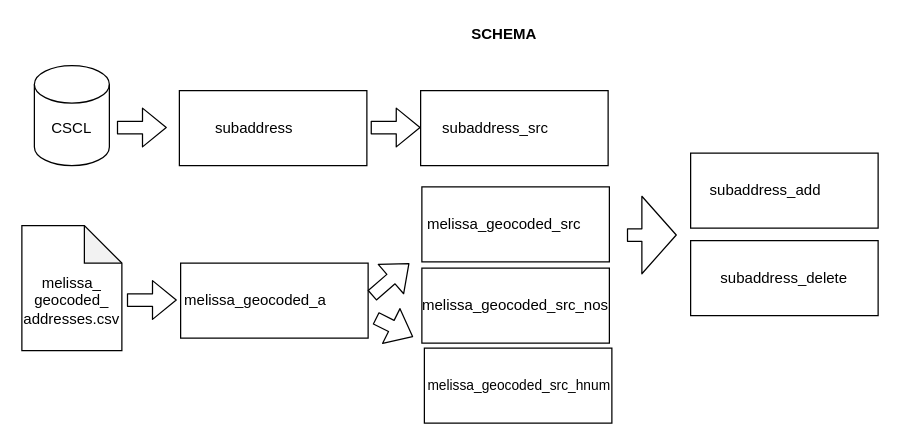
Above: doc/schema.drawio in mattyschell/cscl-subaddress-matched (draw.io), before the change. Source tidied: cells renumbered, new cells numbered last; positions are measured from the earlier drawing's top-left corner, leaving out a move shared by most shapes. Both pictures are drawn from the tidied source at 125%, with x=0, y=0 at pixel (21, 21).
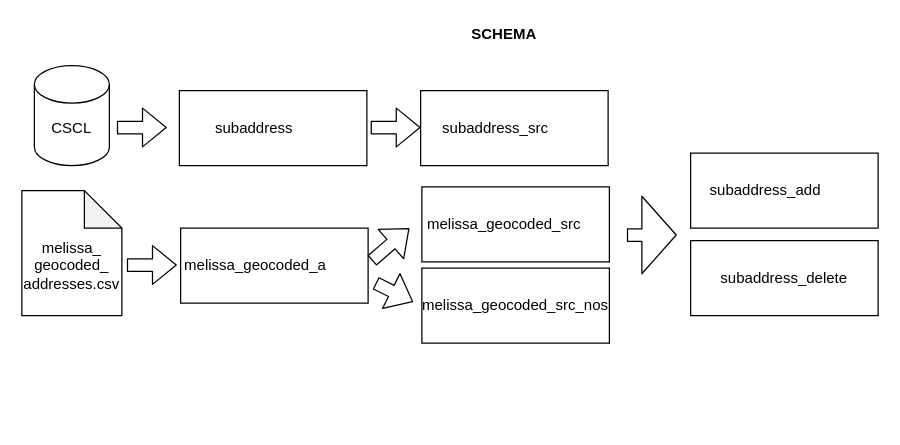
After the change.

Change to the diagram source:
```diff
@@
     <mxCell id="15" style="rounded=0;whiteSpace=wrap;html=1;" parent="1" vertex="1">
-      <mxGeometry x="127" y="193" width="150" height="60" as="geometry" />
+      <mxGeometry x="127" y="165" width="150" height="60" as="geometry" />
     </mxCell>
     <mxCell id="16" value="melissa_geocoded_a" style="text;html=1;strokeColor=none;fillColor=none;align=center;verticalAlign=middle;whiteSpace=wrap;rounded=0;" parent="1" vertex="1">
-      <mxGeometry x="167" y="213" width="40" height="20" as="geometry" />
+      <mxGeometry x="167" y="185" width="40" height="20" as="geometry" />
     </mxCell>
@@
     <mxCell id="19" style="shape=note;whiteSpace=wrap;html=1;backgroundOutline=1;darkOpacity=0.05;" parent="1" vertex="1">
-      <mxGeometry y="163" width="80" height="100" as="geometry" />
+      <mxGeometry y="135" width="80" height="100" as="geometry" />
     </mxCell>
     <mxCell id="20" value="melissa_&lt;br&gt;geocoded_&lt;br&gt;addresses.csv" style="text;html=1;strokeColor=none;fillColor=none;align=center;verticalAlign=middle;whiteSpace=wrap;rounded=0;" parent="1" vertex="1">
-      <mxGeometry x="20" y="213" width="40" height="20" as="geometry" />
+      <mxGeometry x="20" y="185" width="40" height="20" as="geometry" />
     </mxCell>
     <mxCell id="21" style="shape=flexArrow;endArrow=classic;html=1;" parent="1" edge="1">
       <mxGeometry relative="1" as="geometry">
-        <mxPoint x="280" y="219" as="sourcePoint" />
-        <mxPoint x="310" y="193" as="targetPoint" />
+        <mxPoint x="280" y="191" as="sourcePoint" />
+        <mxPoint x="310" y="165" as="targetPoint" />
       </mxGeometry>
     </mxCell>
@@
     <mxCell id="23" style="shape=flexArrow;endArrow=classic;html=1;" parent="1" edge="1">
       <mxGeometry relative="1" as="geometry">
-        <mxPoint x="84" y="222.5" as="sourcePoint" />
-        <mxPoint x="124" y="222.5" as="targetPoint" />
+        <mxPoint x="84" y="194.5" as="sourcePoint" />
+        <mxPoint x="124" y="194.5" as="targetPoint" />
       </mxGeometry>
     </mxCell>
@@
     <mxCell id="25" style="shape=flexArrow;endArrow=classic;html=1;" parent="1" edge="1">
       <mxGeometry relative="1" as="geometry">
-        <mxPoint x="283" y="237" as="sourcePoint" />
-        <mxPoint x="313" y="252" as="targetPoint" />
+        <mxPoint x="283" y="209" as="sourcePoint" />
+        <mxPoint x="313" y="224" as="targetPoint" />
       </mxGeometry>
     </mxCell>
@@
-    <mxCell id="27" style="rounded=0;whiteSpace=wrap;html=1;" parent="1" vertex="1">
-      <mxGeometry x="322" y="261" width="150" height="60" as="geometry" />
-    </mxCell>
-    <mxCell id="28" value="melissa_geocoded_src_hnum" style="text;html=1;strokeColor=none;fillColor=none;align=center;verticalAlign=middle;whiteSpace=wrap;rounded=0;fontSize=11;" parent="1" vertex="1">
-      <mxGeometry x="378" y="281" width="40" height="20" as="geometry" />
-    </mxCell>
```
